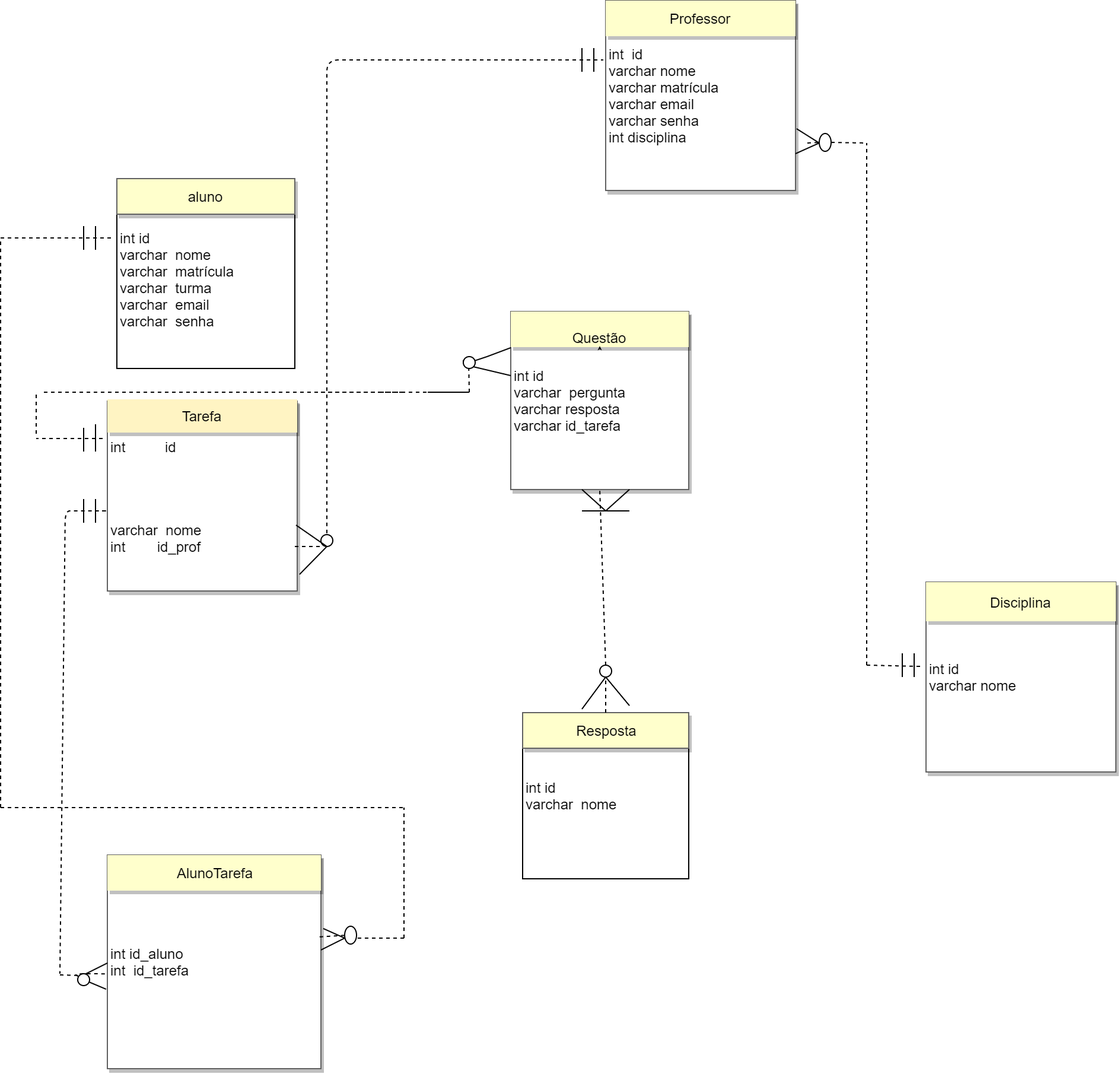
Earlier version of the draw.io export Documentação/Diagrama de Banco de Dados.png (cp2-dc-info-projeto-final/plataforma-lispector). Source tidied: cells renumbered, new cells last; positions are measured from the earlier drawing's top-left corner, leaving out a move shared by most shapes.
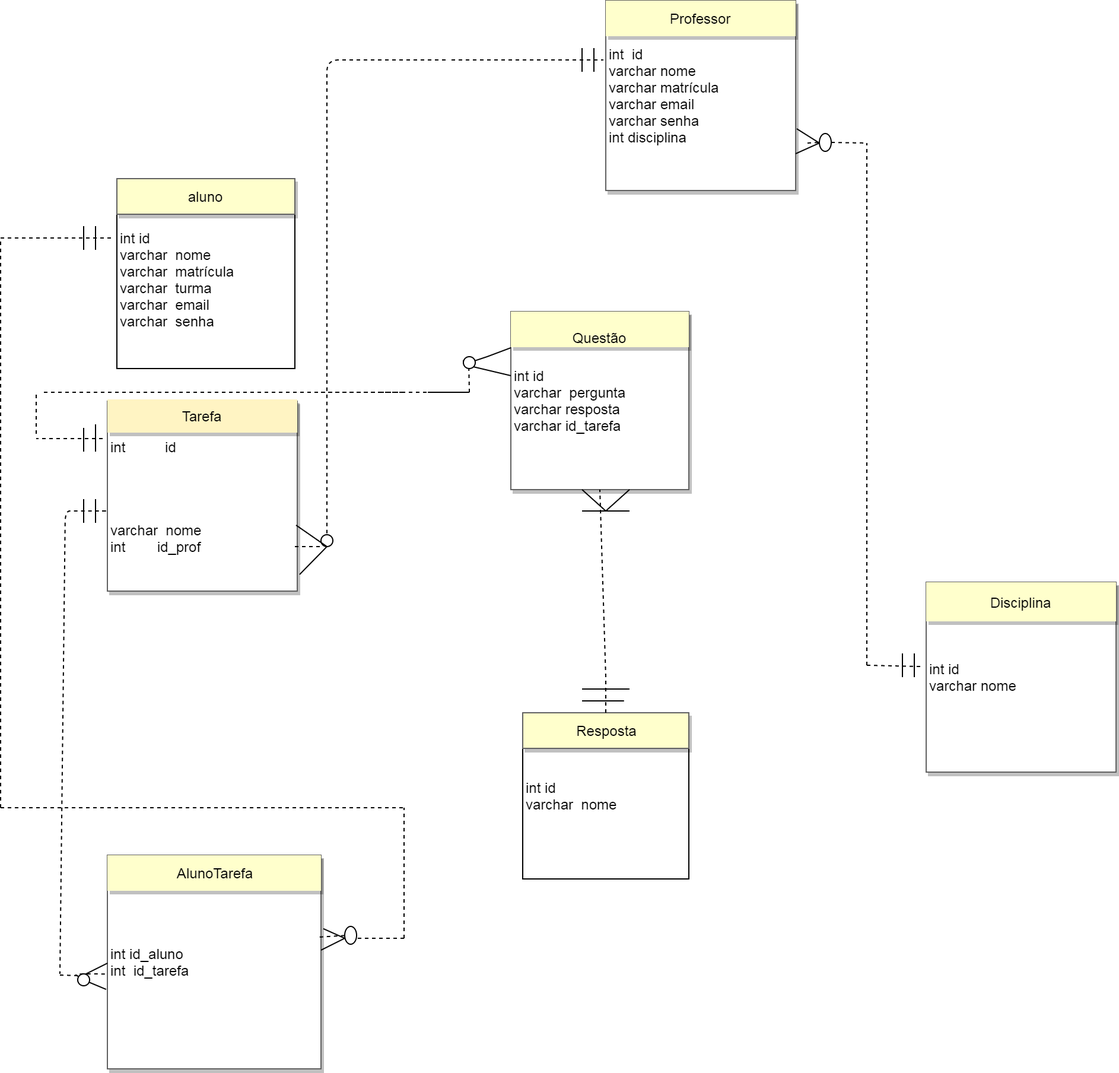
Later version of the same file.

Commit message:
consertando diagrama de bd

What changed in the source:
```diff
@@ -368,8 +368,10 @@
     <mxCell id="71" value="Resposta" style="text;html=1;strokeColor=#616161;fillColor=#FFFFCC;align=center;verticalAlign=middle;whiteSpace=wrap;rounded=0;shadow=1;" parent="1" vertex="1">
       <mxGeometry x="440" y="600" width="140" height="30" as="geometry" />
     </mxCell>
-    <mxCell id="72" style="endArrow=none;dashed=1;html=1;entryX=0.5;entryY=1;entryDx=0;entryDy=0;exitX=0.5;exitY=0;exitDx=0;exitDy=0;" parent="1" edge="1" source="78" target="6">
-      <mxGeometry relative="1" as="geometry" />
+    <mxCell id="72" style="endArrow=none;dashed=1;html=1;entryX=0.5;entryY=1;entryDx=0;entryDy=0;" parent="1" edge="1" target="6">
+      <mxGeometry relative="1" as="geometry">
+        <mxPoint x="510" y="570" as="sourcePoint" />
+      </mxGeometry>
     </mxCell>
     <mxCell id="73" style="endArrow=none;html=1;" parent="1" edge="1">
       <mxGeometry relative="1" as="geometry">
@@ -391,21 +393,29 @@
     </mxCell>
     <mxCell id="76" style="endArrow=none;html=1;" parent="1" edge="1">
       <mxGeometry relative="1" as="geometry">
-        <mxPoint x="510" y="570" as="sourcePoint" />
-        <mxPoint x="490" y="597" as="targetPoint" />
+        <mxPoint x="500" y="590" as="sourcePoint" />
+        <mxPoint x="490" y="590" as="targetPoint" />
+        <Array as="points">
+          <mxPoint x="530" y="590" />
+        </Array>
       </mxGeometry>
     </mxCell>
-    <mxCell id="77" style="endArrow=none;html=1;exitX=0.643;exitY=-0.097;exitDx=0;exitDy=0;exitPerimeter=0;" parent="1" edge="1">
+    <mxCell id="77" style="endArrow=none;html=1;" parent="1" edge="1">
       <mxGeometry relative="1" as="geometry">
-        <mxPoint x="530" y="594.1" as="sourcePoint" />
-        <mxPoint x="510" y="570" as="targetPoint" />
+        <mxPoint x="530" y="580" as="sourcePoint" />
+        <mxPoint x="490" y="580" as="targetPoint" />
+        <Array as="points">
+          <mxPoint x="510" y="580" />
+        </Array>
       </mxGeometry>
     </mxCell>
-    <mxCell id="78" style="ellipse;whiteSpace=wrap;html=1;" parent="1" vertex="1">
-      <mxGeometry x="505" y="560" width="10" height="10" as="geometry" />
-    </mxCell>
-    <mxCell id="79" style="endArrow=none;dashed=1;html=1;entryX=0.5;entryY=1;entryDx=0;entryDy=0;exitX=0.5;exitY=0;exitDx=0;exitDy=0;" parent="1" edge="1" source="71" target="78">
-      <mxGeometry relative="1" as="geometry" />
+    <mxCell id="79" style="endArrow=none;dashed=1;html=1;entryX=0.5;entryY=1;entryDx=0;entryDy=0;exitX=0.5;exitY=0;exitDx=0;exitDy=0;" parent="1" edge="1" source="71">
+      <mxGeometry relative="1" as="geometry">
+        <mxPoint x="510" y="570" as="targetPoint" />
+      </mxGeometry>
     </mxCell>
+    <mxCell id="80" value="Text" style="text;html=1;align=center;verticalAlign=middle;" parent="1" vertex="1">
+      <mxGeometry x="651" y="450" width="40" height="20" as="geometry" />
+    </mxCell>
   </root>
 </mxGraphModel>
```
